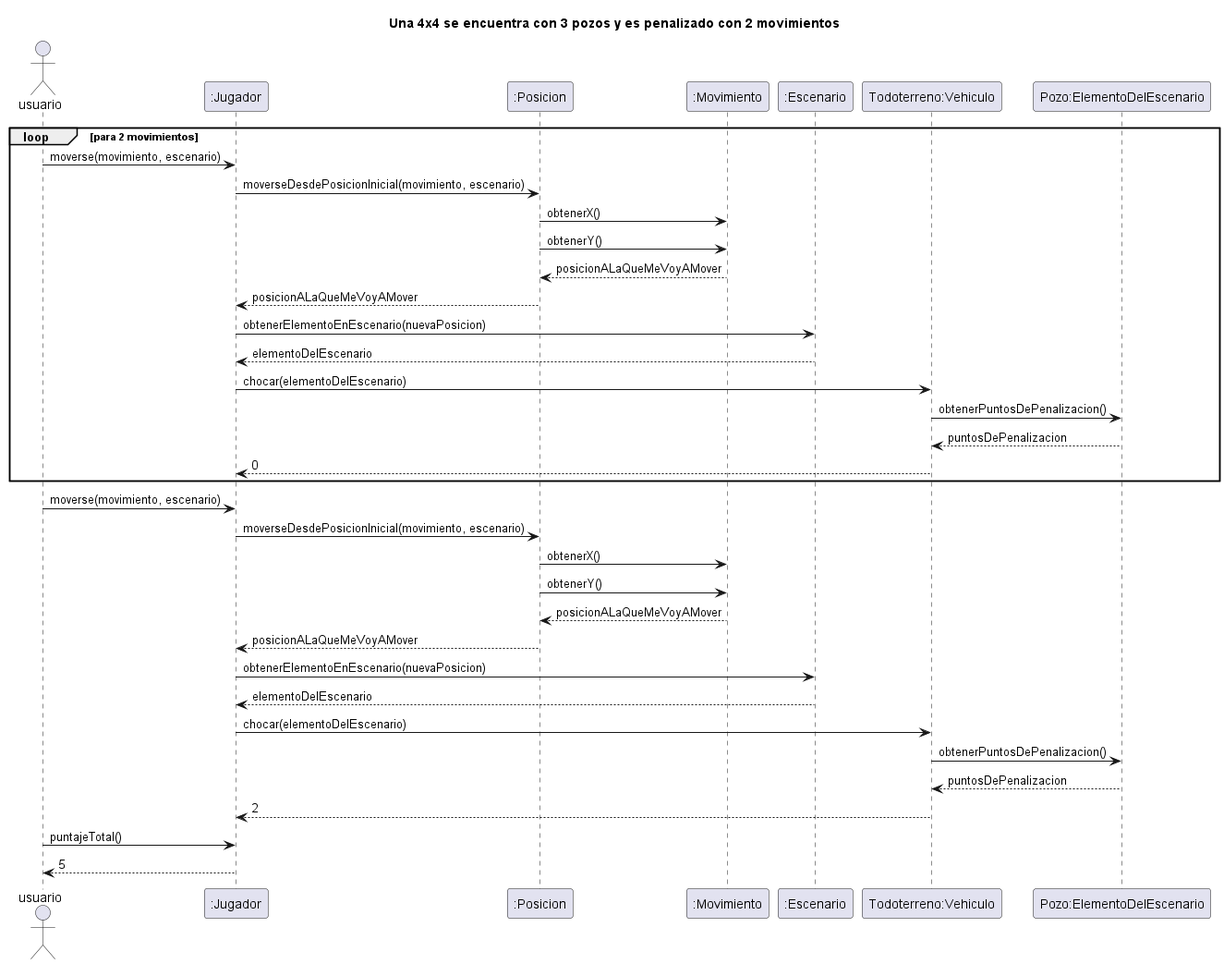
Earlier version of the PlantUML export diagrams/sequences/todoterreno_choca_3pozos.png (NestorPala/T17-GPSChallenge). Its source is kept beside it as diagrams/sequences/todoterreno_choca_3pozos.puml. Source of this version:
```plantuml
@startuml
title Una 4x4 se encuentra con 3 pozos y es penalizado con 2 movimientos
Actor usuario

loop para 2 movimientos
"usuario" -> ":Jugador": moverse(movimiento, escenario)
":Jugador" -> ":Posicion": moverseDesdePosicionInicial(movimiento, escenario)
":Posicion" -> ":Movimiento": obtenerX()
":Posicion" -> ":Movimiento": obtenerY()
return posicionALaQueMeVoyAMover
":Posicion" --> ":Jugador": posicionALaQueMeVoyAMover
":Jugador" -> ":Escenario": obtenerElementoEnEscenario(nuevaPosicion)
":Escenario" --> ":Jugador": elementoDelEscenario
":Jugador" -> "Todoterreno:Vehiculo": chocar(elementoDelEscenario)
"Todoterreno:Vehiculo" -> "Pozo:ElementoDelEscenario": obtenerPuntosDePenalizacion()
return puntosDePenalizacion
"Todoterreno:Vehiculo" --> ":Jugador": 0
end

"usuario" -> ":Jugador": moverse(movimiento, escenario)
":Jugador" -> ":Posicion": moverseDesdePosicionInicial(movimiento, escenario)
":Posicion" -> ":Movimiento": obtenerX()
":Posicion" -> ":Movimiento": obtenerY()
return posicionALaQueMeVoyAMover
":Posicion" --> ":Jugador": posicionALaQueMeVoyAMover
":Jugador" -> ":Escenario": obtenerElementoEnEscenario(nuevaPosicion)
":Escenario" --> ":Jugador": elementoDelEscenario
":Jugador" -> "Todoterreno:Vehiculo": chocar(elementoDelEscenario)
"Todoterreno:Vehiculo" -> "Pozo:ElementoDelEscenario": obtenerPuntosDePenalizacion()
return puntosDePenalizacion
"Todoterreno:Vehiculo" --> ":Jugador": 2
"usuario" -> ":Jugador": puntajeTotal()
return 5

@enduml
```
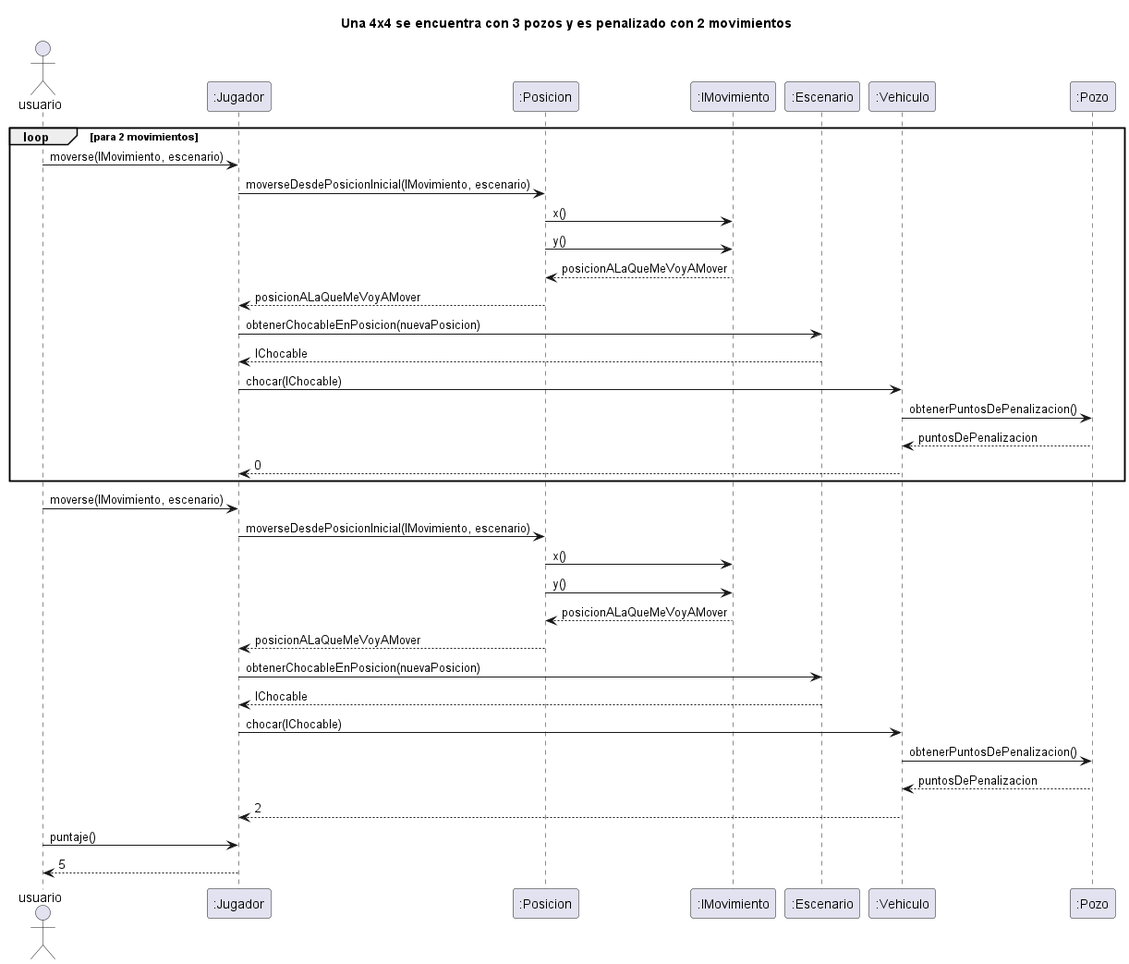
After the change.

Diff of the diagram source:
```diff
@@ -3,33 +3,33 @@
 Actor usuario
 
 loop para 2 movimientos
-"usuario" -> ":Jugador": moverse(movimiento, escenario)
-":Jugador" -> ":Posicion": moverseDesdePosicionInicial(movimiento, escenario)
-":Posicion" -> ":Movimiento": obtenerX()
-":Posicion" -> ":Movimiento": obtenerY()
+"usuario" -> ":Jugador": moverse(IMovimiento, escenario)
+":Jugador" -> ":Posicion": moverseDesdePosicionInicial(IMovimiento, escenario)
+":Posicion" -> ":IMovimiento": x()
+":Posicion" -> ":IMovimiento": y()
 return posicionALaQueMeVoyAMover
 ":Posicion" --> ":Jugador": posicionALaQueMeVoyAMover
-":Jugador" -> ":Escenario": obtenerElementoEnEscenario(nuevaPosicion)
-":Escenario" --> ":Jugador": elementoDelEscenario
-":Jugador" -> "Todoterreno:Vehiculo": chocar(elementoDelEscenario)
-"Todoterreno:Vehiculo" -> "Pozo:ElementoDelEscenario": obtenerPuntosDePenalizacion()
+":Jugador" -> ":Escenario": obtenerChocableEnPosicion(nuevaPosicion)
+":Escenario" --> ":Jugador": IChocable
+":Jugador" -> ":Vehiculo": chocar(IChocable)
+":Vehiculo" -> ":Pozo": obtenerPuntosDePenalizacion()
 return puntosDePenalizacion
-"Todoterreno:Vehiculo" --> ":Jugador": 0
+":Vehiculo" --> ":Jugador": 0
 end
 
-"usuario" -> ":Jugador": moverse(movimiento, escenario)
-":Jugador" -> ":Posicion": moverseDesdePosicionInicial(movimiento, escenario)
-":Posicion" -> ":Movimiento": obtenerX()
-":Posicion" -> ":Movimiento": obtenerY()
+"usuario" -> ":Jugador": moverse(IMovimiento, escenario)
+":Jugador" -> ":Posicion": moverseDesdePosicionInicial(IMovimiento, escenario)
+":Posicion" -> ":IMovimiento": x()
+":Posicion" -> ":IMovimiento": y()
 return posicionALaQueMeVoyAMover
 ":Posicion" --> ":Jugador": posicionALaQueMeVoyAMover
-":Jugador" -> ":Escenario": obtenerElementoEnEscenario(nuevaPosicion)
-":Escenario" --> ":Jugador": elementoDelEscenario
-":Jugador" -> "Todoterreno:Vehiculo": chocar(elementoDelEscenario)
-"Todoterreno:Vehiculo" -> "Pozo:ElementoDelEscenario": obtenerPuntosDePenalizacion()
+":Jugador" -> ":Escenario": obtenerChocableEnPosicion(nuevaPosicion)
+":Escenario" --> ":Jugador": IChocable
+":Jugador" -> ":Vehiculo": chocar(IChocable)
+":Vehiculo" -> ":Pozo": obtenerPuntosDePenalizacion()
 return puntosDePenalizacion
-"Todoterreno:Vehiculo" --> ":Jugador": 2
-"usuario" -> ":Jugador": puntajeTotal()
+":Vehiculo" --> ":Jugador": 2
+"usuario" -> ":Jugador": puntaje()
 return 5
 
 @enduml
```
